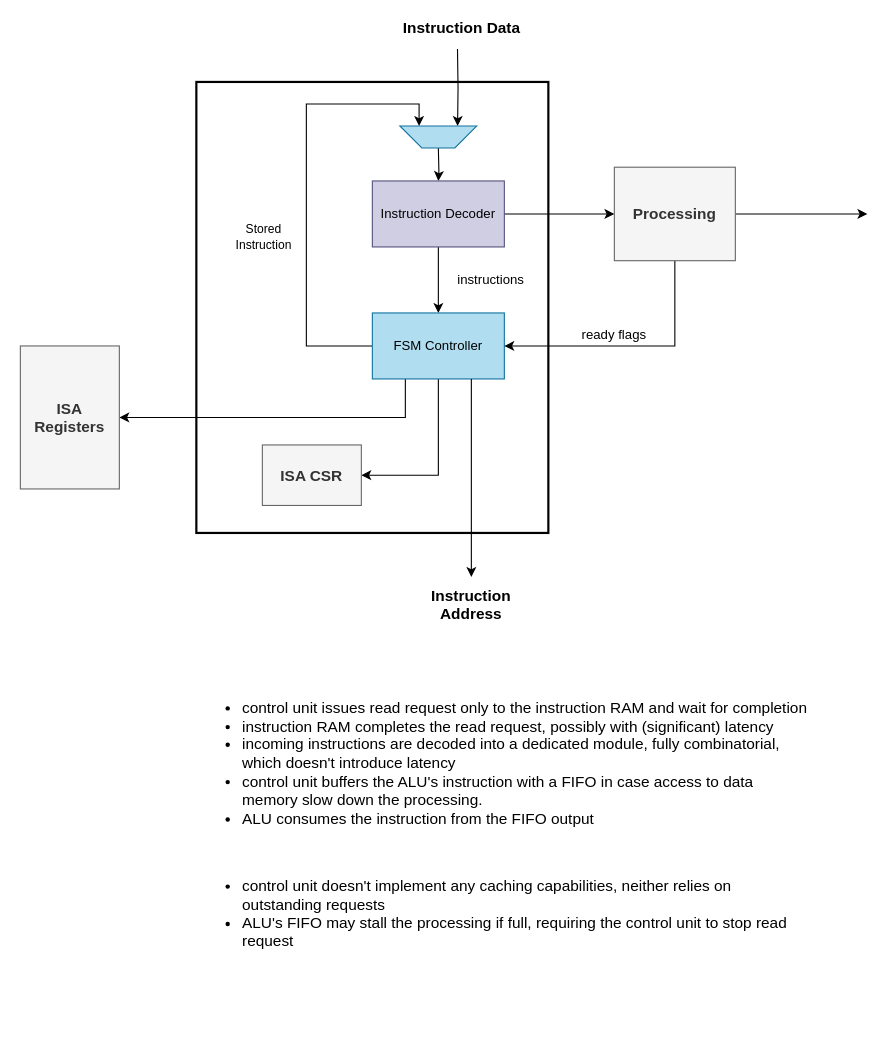
This is page "Control Unit" (2 of 5) of doc/friscv.drawio from dpretet/friscv, a draw.io file, before an edit. Source tidied: cells renumbered, new cells numbered last; positions are measured from the earlier drawing's top-left corner, leaving out a move shared by most shapes. Both pictures are drawn from the tidied source at 110%, with x=0, y=0 at pixel (20, 48).
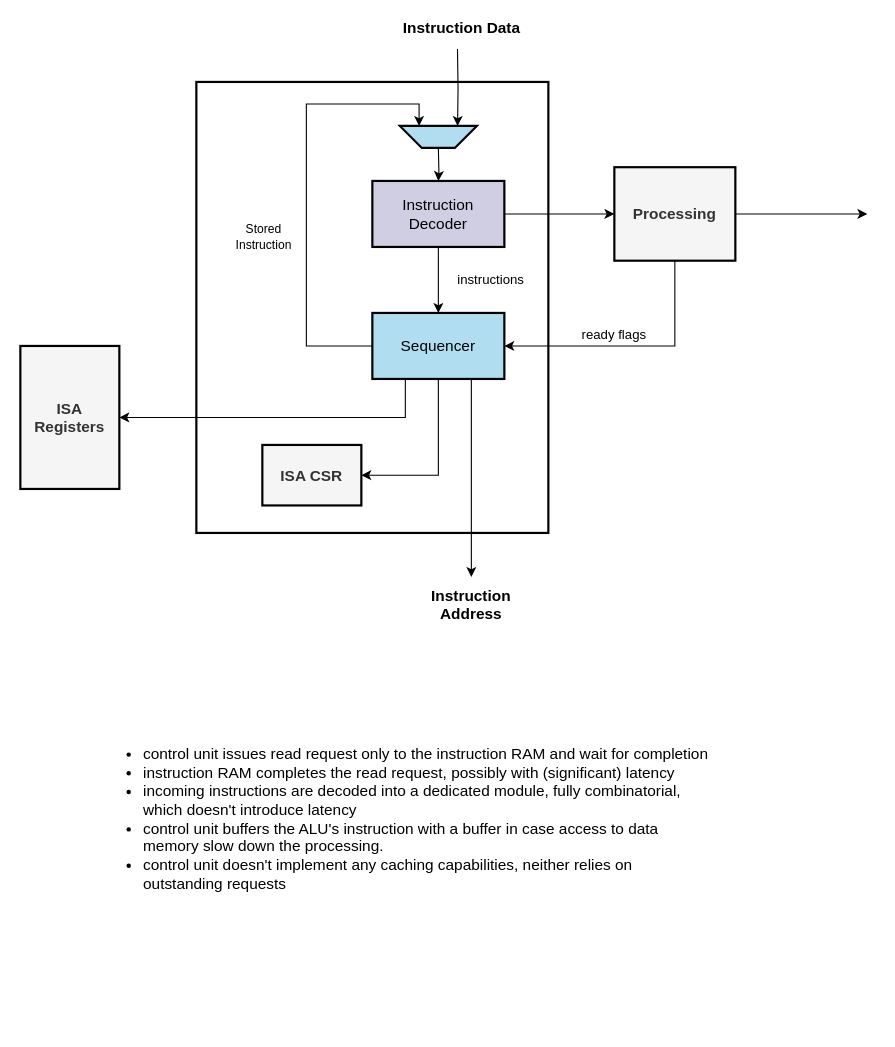
The same page after the edit.

Diff of the diagram source:
```diff
@@
-    <mxCell id="6" value="Instruction Decoder" style="rounded=0;whiteSpace=wrap;html=1;fillColor=#d0cee2;strokeColor=#56517e;" parent="1" vertex="1">
+    <mxCell id="6" value="Instruction Decoder" style="rounded=0;whiteSpace=wrap;html=1;fillColor=#d0cee2;strokeWidth=2;fontSize=14;" parent="1" vertex="1">
       <mxGeometry x="320" y="120" width="120" height="60" as="geometry" />
     </mxCell>
@@
-    <mxCell id="11" value="FSM Controller" style="rounded=0;whiteSpace=wrap;html=1;fillColor=#b1ddf0;strokeColor=#10739e;" parent="1" vertex="1">
+    <mxCell id="11" value="Sequencer" style="rounded=0;whiteSpace=wrap;html=1;fillColor=#b1ddf0;strokeWidth=2;fontSize=14;" parent="1" vertex="1">
       <mxGeometry x="320" y="240" width="120" height="60" as="geometry" />
     </mxCell>
@@
-    <mxCell id="15" value="Processing" style="text;html=1;strokeColor=#666666;fillColor=#f5f5f5;align=center;verticalAlign=middle;whiteSpace=wrap;rounded=0;fontSize=14;fontStyle=1;fontColor=#333333;" parent="1" vertex="1">
+    <mxCell id="15" value="Processing" style="text;html=1;fillColor=#f5f5f5;align=center;verticalAlign=middle;whiteSpace=wrap;rounded=0;fontSize=14;fontStyle=1;fontColor=#333333;strokeWidth=2;strokeColor=#000000;" parent="1" vertex="1">
       <mxGeometry x="540" y="107.5" width="110" height="85" as="geometry" />
     </mxCell>
@@
-    <mxCell id="20" value="&lt;ul&gt;&lt;li&gt;&lt;span&gt;control unit issues read request only to the instruction RAM and wait for completion&lt;/span&gt;&lt;br&gt;&lt;/li&gt;&lt;li&gt;&lt;span&gt;instruction RAM completes the read request, possibly with (significant) latency&lt;/span&gt;&lt;/li&gt;&lt;li&gt;incoming instructions are decoded into a dedicated module, fully combinatorial, which doesn't introduce latency&lt;/li&gt;&lt;li&gt;&lt;span&gt;control unit buffers the ALU's instruction with a FIFO in case access to data memory slow down the processing.&lt;/span&gt;&lt;/li&gt;&lt;li&gt;&lt;span&gt;ALU consumes the instruction from the FIFO output&lt;/span&gt;&lt;/li&gt;&lt;/ul&gt;&lt;br&gt;&lt;ul&gt;&lt;li&gt;control unit doesn't implement any caching capabilities, neither relies on outstanding requests&lt;/li&gt;&lt;li&gt;&lt;span&gt;ALU's FIFO may stall the processing if full, requiring the control unit to stop read request&lt;/span&gt;&lt;br&gt;&lt;/li&gt;&lt;/ul&gt;" style="text;html=1;strokeColor=none;fillColor=none;align=left;verticalAlign=middle;whiteSpace=wrap;rounded=0;fontSize=14;" parent="1" vertex="1">
-      <mxGeometry x="160" y="520" width="560" height="370" as="geometry" />
+    <mxCell id="20" value="&lt;ul&gt;&lt;li&gt;&lt;span&gt;control unit issues read request only to the instruction RAM and wait for completion&lt;/span&gt;&lt;br&gt;&lt;/li&gt;&lt;li&gt;&lt;span&gt;instruction RAM completes the read request, possibly with (significant) latency&lt;/span&gt;&lt;/li&gt;&lt;li&gt;incoming instructions are decoded into a dedicated module, fully combinatorial, which doesn't introduce latency&lt;/li&gt;&lt;li&gt;&lt;span&gt;control unit buffers the ALU's instruction with a buffer in case access to data memory slow down the processing.&lt;/span&gt;&lt;/li&gt;&lt;li&gt;control unit doesn't implement any caching capabilities, neither relies on outstanding requests&lt;/li&gt;&lt;/ul&gt;" style="text;html=1;strokeColor=none;fillColor=none;align=left;verticalAlign=middle;whiteSpace=wrap;rounded=0;fontSize=14;" parent="1" vertex="1">
+      <mxGeometry x="70" y="610" width="560" height="180" as="geometry" />
     </mxCell>
@@
-    <mxCell id="23" style="shape=trapezoid;perimeter=trapezoidPerimeter;whiteSpace=wrap;html=1;fixedSize=1;strokeColor=#10739e;fontSize=14;align=center;rotation=-180;fillColor=#b1ddf0;" parent="1" vertex="1">
+    <mxCell id="23" style="shape=trapezoid;perimeter=trapezoidPerimeter;whiteSpace=wrap;html=1;fixedSize=1;fontSize=14;align=center;rotation=-180;fillColor=#b1ddf0;strokeWidth=2;" parent="1" vertex="1">
       <mxGeometry x="345" y="70" width="70" height="20" as="geometry" />
     </mxCell>
-    <mxCell id="24" value="ISA CSR" style="rounded=0;whiteSpace=wrap;html=1;fillColor=#f5f5f5;strokeColor=#666666;fontColor=#333333;fontSize=14;fontStyle=1;" parent="1" vertex="1">
+    <mxCell id="24" value="ISA CSR" style="rounded=0;whiteSpace=wrap;html=1;fillColor=#f5f5f5;fontColor=#333333;fontSize=14;fontStyle=1;strokeWidth=2;" parent="1" vertex="1">
       <mxGeometry x="220" y="360" width="90" height="55" as="geometry" />
     </mxCell>
-    <mxCell id="25" value="ISA Registers" style="rounded=0;whiteSpace=wrap;html=1;fillColor=#f5f5f5;strokeColor=#666666;fontColor=#333333;fontStyle=1;fontSize=14;" parent="1" vertex="1">
+    <mxCell id="25" value="ISA Registers" style="rounded=0;whiteSpace=wrap;html=1;fillColor=#f5f5f5;fontColor=#333333;fontStyle=1;fontSize=14;strokeWidth=2;" parent="1" vertex="1">
       <mxGeometry y="270" width="90" height="130" as="geometry" />
     </mxCell>
```
